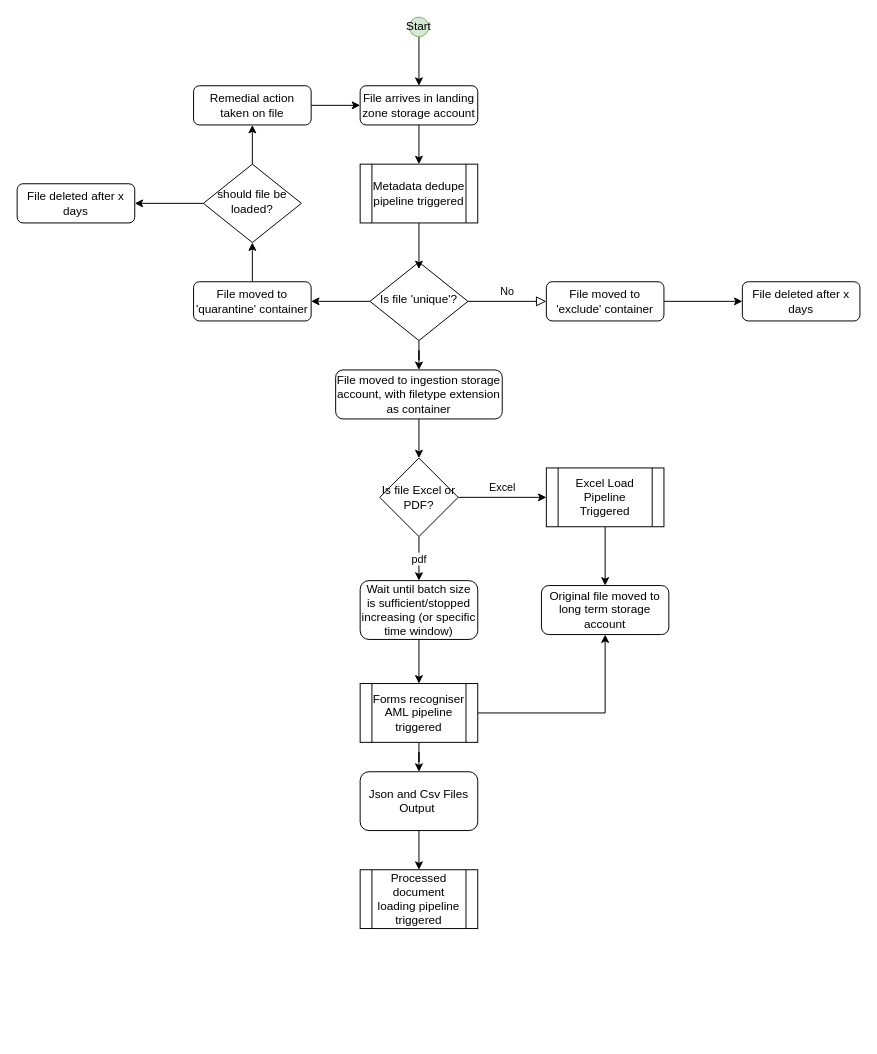
This is ccmFileFlow.drawio from oliver-wolffe/diagrams, a draw.io file, before an edit. Source tidied: cells renumbered, new cells numbered last; positions are measured from the earlier drawing's top-left corner, leaving out a move shared by most shapes. Both pictures are drawn from the tidied source at 98%, with x=0, y=0 at pixel (17, 17).
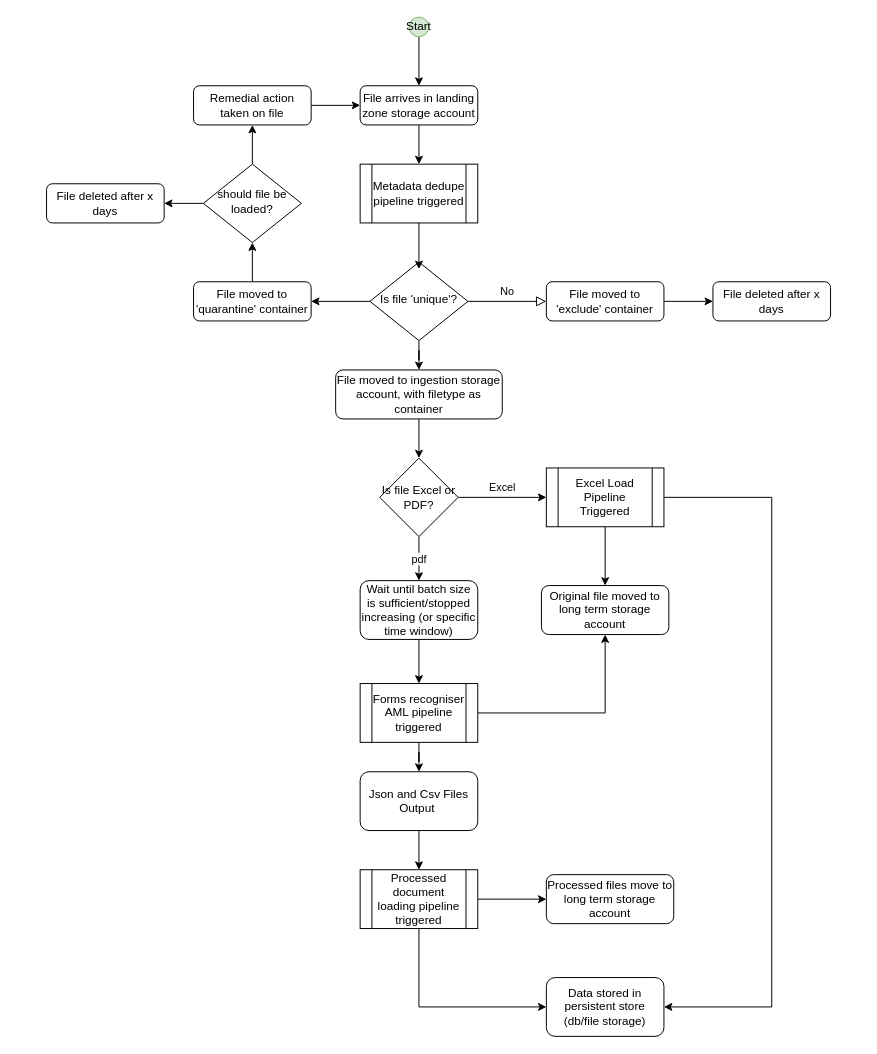
The same diagram, later.

The change refers to these unchanged cells:
```xml
<mxCell id="3" value="File arrives in landing zone storage account" style="rounded=1;whiteSpace=wrap;html=1;fontSize=12;glass=0;strokeWidth=1;shadow=0;" parent="1" vertex="1">
  <mxGeometry x="350" y="70" width="120" height="40" as="geometry" />
</mxCell>
<mxCell id="16" value="Excel Load Pipeline Triggered" style="shape=process;whiteSpace=wrap;html=1;backgroundOutline=1;" parent="1" vertex="1">
  <mxGeometry x="540" y="460" width="120" height="60" as="geometry" />
</mxCell>
<mxCell id="36" value="Start" style="ellipse;whiteSpace=wrap;html=1;fillColor=#d5e8d4;strokeColor=#82b366;" parent="1" vertex="1">
  <mxGeometry x="400" width="20" height="20" as="geometry" />
</mxCell>
```

Diff of the diagram source:
```diff
@@
-    <mxCell id="13" value="File moved to ingestion storage account, with filetype extension as container" style="rounded=1;whiteSpace=wrap;html=1;fontSize=12;glass=0;strokeWidth=1;shadow=0;" parent="1" vertex="1">
+    <mxCell id="13" value="File moved to ingestion storage account, with filetype as container" style="rounded=1;whiteSpace=wrap;html=1;fontSize=12;glass=0;strokeWidth=1;shadow=0;" parent="1" vertex="1">
       <mxGeometry x="325" y="360" width="170" height="50" as="geometry" />
     </mxCell>
@@
+    <mxCell id="39" style="edgeStyle=orthogonalEdgeStyle;rounded=0;jettySize=auto;html=1;" parent="1" edge="1" source="16" target="42">
+      <mxGeometry relative="1" as="geometry">
+        <Array as="points">
+          <mxPoint x="770" y="490" />
+          <mxPoint x="770" y="1010" />
+        </Array>
+      </mxGeometry>
+    </mxCell>
@@
     <mxCell id="29" value="File deleted after x days" style="rounded=1;whiteSpace=wrap;html=1;fontSize=12;glass=0;strokeWidth=1;shadow=0;" parent="1" vertex="1">
-      <mxGeometry x="740" y="270" width="120" height="40" as="geometry" />
+      <mxGeometry x="710" y="270" width="120" height="40" as="geometry" />
     </mxCell>
@@
+    <mxCell id="37" value="File deleted after x days" style="rounded=1;whiteSpace=wrap;html=1;fontSize=12;glass=0;strokeWidth=1;shadow=0;" parent="1" vertex="1">
+      <mxGeometry x="30" y="170" width="120" height="40" as="geometry" />
+    </mxCell>
+    <mxCell id="40" style="edgeStyle=orthogonalEdgeStyle;rounded=0;jettySize=auto;html=1;entryX=0;entryY=0.5;entryDx=0;entryDy=0;exitX=0.5;exitY=1;exitDx=0;exitDy=0;" parent="1" edge="1" source="38" target="42">
+      <mxGeometry relative="1" as="geometry">
+        <Array as="points">
+          <mxPoint x="410" y="1010" />
+        </Array>
+      </mxGeometry>
+    </mxCell>
+    <mxCell id="41" style="edgeStyle=orthogonalEdgeStyle;rounded=0;jettySize=auto;html=1;" parent="1" edge="1" source="38" target="43">
+      <mxGeometry relative="1" as="geometry" />
+    </mxCell>
+    <mxCell id="38" value="Processed document loading pipeline triggered" style="shape=process;whiteSpace=wrap;html=1;backgroundOutline=1;" parent="1" vertex="1">
+      <mxGeometry x="350" y="870" width="120" height="60" as="geometry" />
+    </mxCell>
+    <mxCell id="42" value="Data stored in persistent store (db/file storage)" style="rounded=1;whiteSpace=wrap;html=1;" parent="1" vertex="1">
+      <mxGeometry x="540" y="980" width="120" height="60" as="geometry" />
+    </mxCell>
+    <mxCell id="43" value="Processed files move to long term storage account" style="rounded=1;whiteSpace=wrap;html=1;fontSize=12;glass=0;strokeWidth=1;shadow=0;" parent="1" vertex="1">
+      <mxGeometry x="540" y="875" width="130" height="50" as="geometry" />
+    </mxCell>
-    <mxCell id="35" style="edgeStyle=orthogonalEdgeStyle;rounded=0;jettySize=auto;html=1;entryX=0.5;entryY=0;entryDx=0;entryDy=0;" parent="1" edge="1" source="36" target="3">
+    <mxCell id="35" style="edgeStyle=orthogonalEdgeStyle;rounded=0;jettySize=auto;html=1;" parent="1" edge="1" source="36" target="3">
       <mxGeometry relative="1" as="geometry" />
     </mxCell>
@@
-    <mxCell id="37" value="File deleted after x days" style="rounded=1;whiteSpace=wrap;html=1;fontSize=12;glass=0;strokeWidth=1;shadow=0;" parent="1" vertex="1">
-      <mxGeometry y="170" width="120" height="40" as="geometry" />
-    </mxCell>
-    <mxCell id="38" value="Processed document loading pipeline triggered" style="shape=process;whiteSpace=wrap;html=1;backgroundOutline=1;" parent="1" vertex="1">
-      <mxGeometry x="350" y="870" width="120" height="60" as="geometry" />
-    </mxCell>
```
